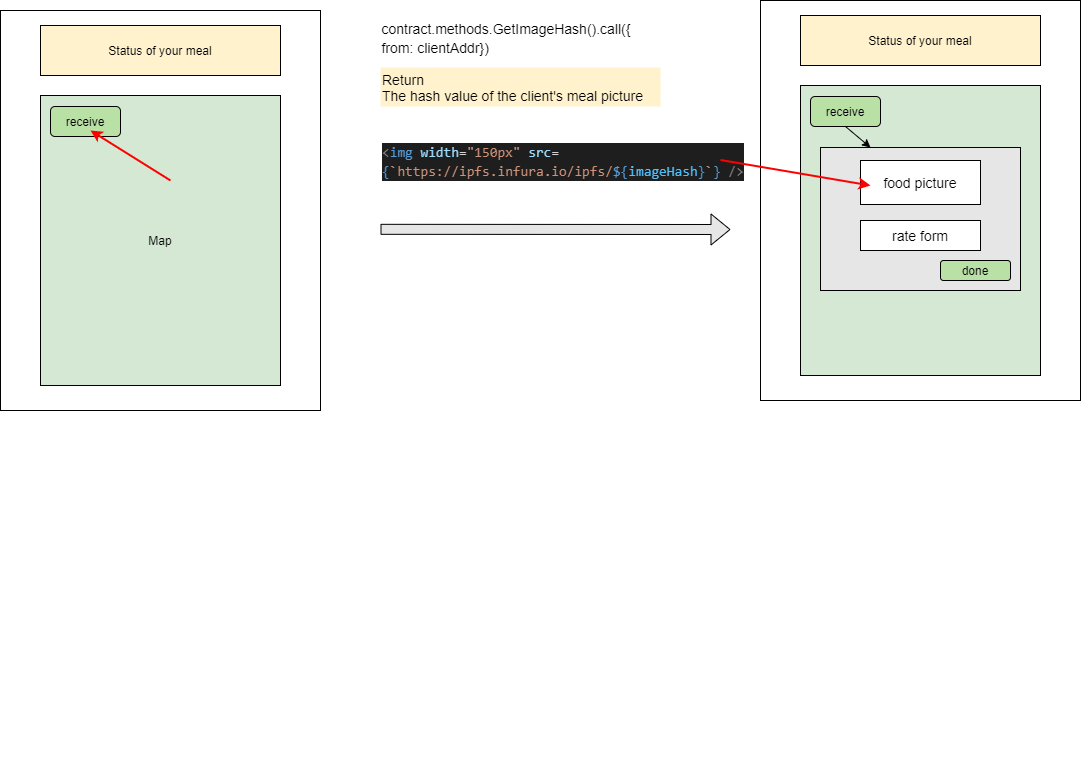
tin0819tin/No-Covid keeps this draw.io diagram as ppt_picture/NML-ClientAction_ipfs.png. Above is the earlier version. Source tidied: cells renumbered, new cells last; positions are measured from the earlier drawing's top-left corner, leaving out a move shared by most shapes. The source it was exported from:
```xml
<mxGraphModel>
  <root>
    <mxCell id="0" />
    <mxCell id="1" parent="0" />
    <mxCell id="2" style="shape=flexArrow;endArrow=classic;html=1;fillColor=#E6E6E6;" parent="1" edge="1">
      <mxGeometry relative="1" as="geometry">
        <mxPoint x="380" y="228.8" as="sourcePoint" />
        <mxPoint x="730" y="229" as="targetPoint" />
      </mxGeometry>
    </mxCell>
    <mxCell id="3" style="rounded=0;whiteSpace=wrap;html=1;" parent="1" vertex="1">
      <mxGeometry y="10" width="320" height="400" as="geometry" />
    </mxCell>
    <mxCell id="4" value="&lt;div&gt;&lt;span&gt;Map&lt;/span&gt;&lt;/div&gt;" style="rounded=0;whiteSpace=wrap;html=1;fillColor=#D5E8D4;align=center;" parent="1" vertex="1">
      <mxGeometry x="40" y="95" width="240" height="290" as="geometry" />
    </mxCell>
    <mxCell id="5" value="receive" style="rounded=1;whiteSpace=wrap;html=1;fillColor=#B9E0A5;" parent="1" vertex="1">
      <mxGeometry x="50" y="106" width="70" height="30" as="geometry" />
    </mxCell>
    <mxCell id="6" style="group;align=center;" parent="1" vertex="1">
      <mxGeometry x="140" y="645" width="441.8" height="120" as="geometry" />
    </mxCell>
    <mxCell id="7" value="Status of your meal" style="rounded=0;whiteSpace=wrap;html=1;fillColor=#FFF2CC;align=center;" parent="6" vertex="1">
      <mxGeometry x="-100" y="-620" width="240" height="50" as="geometry" />
    </mxCell>
    <mxCell id="8" style="endArrow=classic;html=1;fontFamily=Helvetica;fontSize=20;fillColor=#E6E6E6;strokeColor=#FF0000;spacing=2;strokeWidth=2;" parent="1" edge="1">
      <mxGeometry relative="1" as="geometry">
        <mxPoint x="170" y="180" as="sourcePoint" />
        <mxPoint x="90" y="130" as="targetPoint" />
      </mxGeometry>
    </mxCell>
    <mxCell id="9" style="rounded=0;whiteSpace=wrap;html=1;" parent="1" vertex="1">
      <mxGeometry x="760" width="320" height="400" as="geometry" />
    </mxCell>
    <mxCell id="10" value="&lt;div&gt;&lt;span&gt;Map&lt;/span&gt;&lt;/div&gt;" style="rounded=0;whiteSpace=wrap;html=1;fillColor=#D5E8D4;align=center;" parent="1" vertex="1">
      <mxGeometry x="800" y="85" width="240" height="290" as="geometry" />
    </mxCell>
    <mxCell id="11" value="receive" style="rounded=1;whiteSpace=wrap;html=1;fillColor=#B9E0A5;" parent="1" vertex="1">
      <mxGeometry x="810" y="96" width="70" height="30" as="geometry" />
    </mxCell>
    <mxCell id="12" value="Status of your meal" style="rounded=0;whiteSpace=wrap;html=1;fillColor=#FFF2CC;align=center;" parent="1" vertex="1">
      <mxGeometry x="800" y="15" width="240" height="50" as="geometry" />
    </mxCell>
    <mxCell id="13" style="rounded=0;whiteSpace=wrap;html=1;fillColor=#E6E6E6;align=center;" parent="1" vertex="1">
      <mxGeometry x="820" y="147" width="200" height="143" as="geometry" />
    </mxCell>
    <mxCell id="14" value="food picture" style="rounded=0;whiteSpace=wrap;html=1;fontFamily=Helvetica;fontSize=14;fillColor=#FFFFFF;align=center;" parent="1" vertex="1">
      <mxGeometry x="860" y="160" width="120" height="44" as="geometry" />
    </mxCell>
    <mxCell id="15" style="endArrow=classic;html=1;fontFamily=Helvetica;fontSize=14;exitX=0.5;exitY=1;exitDx=0;exitDy=0;entryX=0.25;entryY=0;entryDx=0;entryDy=0;" parent="1" edge="1" source="11" target="13">
      <mxGeometry relative="1" as="geometry" />
    </mxCell>
    <mxCell id="16" value="rate form" style="rounded=0;whiteSpace=wrap;html=1;fontFamily=Helvetica;fontSize=14;fillColor=#FFFFFF;align=center;" parent="1" vertex="1">
      <mxGeometry x="860" y="220" width="120" height="30" as="geometry" />
    </mxCell>
    <mxCell id="17" value="done" style="rounded=1;whiteSpace=wrap;html=1;fillColor=#B9E0A5;" parent="1" vertex="1">
      <mxGeometry x="940" y="260" width="70" height="20" as="geometry" />
    </mxCell>
    <mxCell id="18" value="&lt;div style=&quot;color: rgb(212 , 212 , 212) ; background-color: rgb(30 , 30 , 30) ; font-family: &amp;#34;consolas&amp;#34; , &amp;#34;courier new&amp;#34; , monospace ; font-weight: normal ; font-size: 14px ; line-height: 19px&quot;&gt;&lt;div&gt;&lt;span style=&quot;color: #808080&quot;&gt;&amp;lt;&lt;/span&gt;&lt;span style=&quot;color: #569cd6&quot;&gt;img&lt;/span&gt;&lt;span style=&quot;color: #d4d4d4&quot;&gt;&amp;nbsp;&lt;/span&gt;&lt;span style=&quot;color: #9cdcfe&quot;&gt;width&lt;/span&gt;&lt;span style=&quot;color: #d4d4d4&quot;&gt;=&lt;/span&gt;&lt;span style=&quot;color: #ce9178&quot;&gt;&quot;150px&quot;&lt;/span&gt;&lt;span style=&quot;color: #d4d4d4&quot;&gt;&amp;nbsp;&lt;/span&gt;&lt;span style=&quot;color: #9cdcfe&quot;&gt;src&lt;/span&gt;&lt;span style=&quot;color: #d4d4d4&quot;&gt;=&lt;/span&gt;&lt;/div&gt;&lt;div&gt;&lt;span style=&quot;color: #569cd6&quot;&gt;{&lt;/span&gt;&lt;span style=&quot;color: #ce9178&quot;&gt;`https://ipfs.infura.io/ipfs/&lt;/span&gt;&lt;span style=&quot;color: #569cd6&quot;&gt;${&lt;/span&gt;&lt;span style=&quot;color: #4fc1ff&quot;&gt;imageHash&lt;/span&gt;&lt;span style=&quot;color: #569cd6&quot;&gt;}&lt;/span&gt;&lt;span style=&quot;color: #ce9178&quot;&gt;`&lt;/span&gt;&lt;span style=&quot;color: #569cd6&quot;&gt;}&lt;/span&gt;&lt;span style=&quot;color: #d4d4d4&quot;&gt;&amp;nbsp;&lt;/span&gt;&lt;span style=&quot;color: #808080&quot;&gt;/&amp;gt;&lt;/span&gt;&lt;/div&gt;&lt;/div&gt;" style="text;whiteSpace=wrap;html=1;fontSize=20;fontFamily=Helvetica;" parent="1" vertex="1">
      <mxGeometry x="380" y="136" width="340" height="94" as="geometry" />
    </mxCell>
    <mxCell id="19" value="&lt;div style=&quot;text-align: left&quot;&gt;&lt;span style=&quot;background-color: rgb(255 , 255 , 255)&quot;&gt;&lt;span style=&quot;font-size: 14px ; text-align: center&quot;&gt;contract&lt;/span&gt;&lt;span style=&quot;font-size: 14px ; text-align: center&quot;&gt;.&lt;/span&gt;&lt;span style=&quot;font-size: 14px ; text-align: center&quot;&gt;methods&lt;/span&gt;&lt;span style=&quot;font-size: 14px ; text-align: center&quot;&gt;.GetImageHash&lt;/span&gt;&lt;span style=&quot;font-size: 14px ; text-align: center&quot;&gt;()&lt;/span&gt;&lt;span style=&quot;font-size: 14px ; text-align: center&quot;&gt;.&lt;/span&gt;&lt;span style=&quot;font-size: 14px ; text-align: center&quot;&gt;call&lt;/span&gt;&lt;span style=&quot;font-size: 14px ; text-align: center&quot;&gt;({&lt;/span&gt;&lt;/span&gt;&lt;/div&gt;&lt;div style=&quot;text-align: left&quot;&gt;&lt;span style=&quot;background-color: rgb(255 , 255 , 255)&quot;&gt;&lt;span style=&quot;font-size: 14px ; text-align: center&quot;&gt;from&lt;/span&gt;&lt;span style=&quot;font-size: 14px ; text-align: center&quot;&gt;:&lt;/span&gt;&lt;span style=&quot;font-size: 14px ; text-align: center&quot;&gt;&amp;nbsp;&lt;/span&gt;&lt;span style=&quot;font-size: 14px ; text-align: center&quot;&gt;clientAddr&lt;/span&gt;&lt;span style=&quot;font-size: 14px ; text-align: center&quot;&gt;})&lt;/span&gt;&lt;/span&gt;&lt;/div&gt;" style="text;html=1;strokeColor=none;fillColor=none;align=center;verticalAlign=middle;whiteSpace=wrap;rounded=0;fontSize=16;fontFamily=Helvetica;" parent="1" vertex="1">
      <mxGeometry x="386" y="27" width="240" height="20" as="geometry" />
    </mxCell>
    <mxCell id="20" value="&lt;div&gt;&lt;span&gt;Return&amp;nbsp;&lt;/span&gt;&lt;/div&gt;The hash value of the client's meal picture" style="text;html=1;strokeColor=none;fillColor=#FFF2CC;align=left;verticalAlign=middle;whiteSpace=wrap;rounded=0;fontFamily=Helvetica;fontSize=14;" parent="1" vertex="1">
      <mxGeometry x="380" y="67" width="280" height="39" as="geometry" />
    </mxCell>
    <mxCell id="21" style="endArrow=classic;html=1;fontFamily=Helvetica;fontSize=20;fillColor=#E6E6E6;strokeColor=#FF0000;spacing=2;strokeWidth=2;exitX=1;exitY=0.25;exitDx=0;exitDy=0;" parent="1" edge="1" source="18">
      <mxGeometry relative="1" as="geometry">
        <mxPoint x="870" y="185" as="targetPoint" />
      </mxGeometry>
    </mxCell>
  </root>
</mxGraphModel>
```
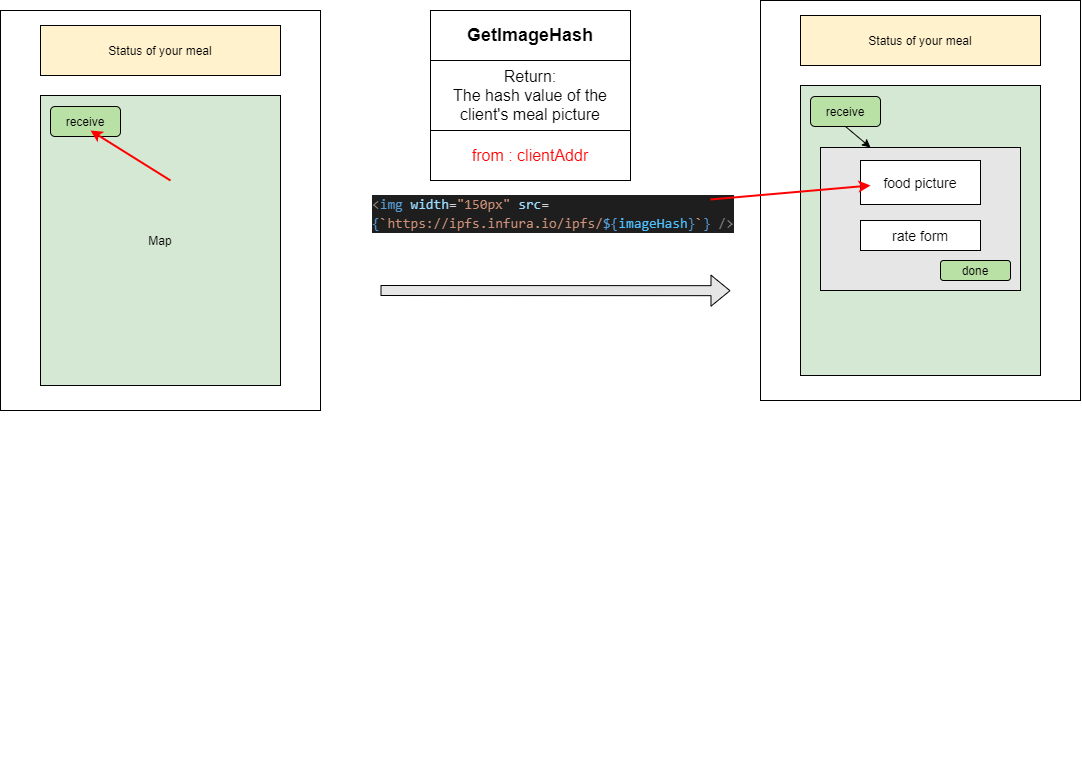
After the commit.

The edit, as a diff of the source:
```diff
@@ -4,8 +4,8 @@
     <mxCell id="1" parent="0" />
     <mxCell id="2" style="shape=flexArrow;endArrow=classic;html=1;fillColor=#E6E6E6;" parent="1" edge="1">
       <mxGeometry relative="1" as="geometry">
-        <mxPoint x="380" y="228.8" as="sourcePoint" />
-        <mxPoint x="730" y="229" as="targetPoint" />
+        <mxPoint x="380" y="290" as="sourcePoint" />
+        <mxPoint x="730" y="290.2" as="targetPoint" />
       </mxGeometry>
     </mxCell>
     <mxCell id="3" style="rounded=0;whiteSpace=wrap;html=1;" parent="1" vertex="1">
@@ -57,18 +57,21 @@
       <mxGeometry x="940" y="260" width="70" height="20" as="geometry" />
     </mxCell>
     <mxCell id="18" value="&lt;div style=&quot;color: rgb(212 , 212 , 212) ; background-color: rgb(30 , 30 , 30) ; font-family: &amp;#34;consolas&amp;#34; , &amp;#34;courier new&amp;#34; , monospace ; font-weight: normal ; font-size: 14px ; line-height: 19px&quot;&gt;&lt;div&gt;&lt;span style=&quot;color: #808080&quot;&gt;&amp;lt;&lt;/span&gt;&lt;span style=&quot;color: #569cd6&quot;&gt;img&lt;/span&gt;&lt;span style=&quot;color: #d4d4d4&quot;&gt;&amp;nbsp;&lt;/span&gt;&lt;span style=&quot;color: #9cdcfe&quot;&gt;width&lt;/span&gt;&lt;span style=&quot;color: #d4d4d4&quot;&gt;=&lt;/span&gt;&lt;span style=&quot;color: #ce9178&quot;&gt;&quot;150px&quot;&lt;/span&gt;&lt;span style=&quot;color: #d4d4d4&quot;&gt;&amp;nbsp;&lt;/span&gt;&lt;span style=&quot;color: #9cdcfe&quot;&gt;src&lt;/span&gt;&lt;span style=&quot;color: #d4d4d4&quot;&gt;=&lt;/span&gt;&lt;/div&gt;&lt;div&gt;&lt;span style=&quot;color: #569cd6&quot;&gt;{&lt;/span&gt;&lt;span style=&quot;color: #ce9178&quot;&gt;`https://ipfs.infura.io/ipfs/&lt;/span&gt;&lt;span style=&quot;color: #569cd6&quot;&gt;${&lt;/span&gt;&lt;span style=&quot;color: #4fc1ff&quot;&gt;imageHash&lt;/span&gt;&lt;span style=&quot;color: #569cd6&quot;&gt;}&lt;/span&gt;&lt;span style=&quot;color: #ce9178&quot;&gt;`&lt;/span&gt;&lt;span style=&quot;color: #569cd6&quot;&gt;}&lt;/span&gt;&lt;span style=&quot;color: #d4d4d4&quot;&gt;&amp;nbsp;&lt;/span&gt;&lt;span style=&quot;color: #808080&quot;&gt;/&amp;gt;&lt;/span&gt;&lt;/div&gt;&lt;/div&gt;" style="text;whiteSpace=wrap;html=1;fontSize=20;fontFamily=Helvetica;" parent="1" vertex="1">
-      <mxGeometry x="380" y="136" width="340" height="94" as="geometry" />
+      <mxGeometry x="370" y="188" width="340" height="44" as="geometry" />
     </mxCell>
-    <mxCell id="19" value="&lt;div style=&quot;text-align: left&quot;&gt;&lt;span style=&quot;background-color: rgb(255 , 255 , 255)&quot;&gt;&lt;span style=&quot;font-size: 14px ; text-align: center&quot;&gt;contract&lt;/span&gt;&lt;span style=&quot;font-size: 14px ; text-align: center&quot;&gt;.&lt;/span&gt;&lt;span style=&quot;font-size: 14px ; text-align: center&quot;&gt;methods&lt;/span&gt;&lt;span style=&quot;font-size: 14px ; text-align: center&quot;&gt;.GetImageHash&lt;/span&gt;&lt;span style=&quot;font-size: 14px ; text-align: center&quot;&gt;()&lt;/span&gt;&lt;span style=&quot;font-size: 14px ; text-align: center&quot;&gt;.&lt;/span&gt;&lt;span style=&quot;font-size: 14px ; text-align: center&quot;&gt;call&lt;/span&gt;&lt;span style=&quot;font-size: 14px ; text-align: center&quot;&gt;({&lt;/span&gt;&lt;/span&gt;&lt;/div&gt;&lt;div style=&quot;text-align: left&quot;&gt;&lt;span style=&quot;background-color: rgb(255 , 255 , 255)&quot;&gt;&lt;span style=&quot;font-size: 14px ; text-align: center&quot;&gt;from&lt;/span&gt;&lt;span style=&quot;font-size: 14px ; text-align: center&quot;&gt;:&lt;/span&gt;&lt;span style=&quot;font-size: 14px ; text-align: center&quot;&gt;&amp;nbsp;&lt;/span&gt;&lt;span style=&quot;font-size: 14px ; text-align: center&quot;&gt;clientAddr&lt;/span&gt;&lt;span style=&quot;font-size: 14px ; text-align: center&quot;&gt;})&lt;/span&gt;&lt;/span&gt;&lt;/div&gt;" style="text;html=1;strokeColor=none;fillColor=none;align=center;verticalAlign=middle;whiteSpace=wrap;rounded=0;fontSize=16;fontFamily=Helvetica;" parent="1" vertex="1">
-      <mxGeometry x="386" y="27" width="240" height="20" as="geometry" />
-    </mxCell>
-    <mxCell id="20" value="&lt;div&gt;&lt;span&gt;Return&amp;nbsp;&lt;/span&gt;&lt;/div&gt;The hash value of the client's meal picture" style="text;html=1;strokeColor=none;fillColor=#FFF2CC;align=left;verticalAlign=middle;whiteSpace=wrap;rounded=0;fontFamily=Helvetica;fontSize=14;" parent="1" vertex="1">
-      <mxGeometry x="380" y="67" width="280" height="39" as="geometry" />
-    </mxCell>
     <mxCell id="21" style="endArrow=classic;html=1;fontFamily=Helvetica;fontSize=20;fillColor=#E6E6E6;strokeColor=#FF0000;spacing=2;strokeWidth=2;exitX=1;exitY=0.25;exitDx=0;exitDy=0;" parent="1" edge="1" source="18">
       <mxGeometry relative="1" as="geometry">
         <mxPoint x="870" y="185" as="targetPoint" />
       </mxGeometry>
     </mxCell>
+    <mxCell id="22" value="&lt;div style=&quot;text-align: left&quot;&gt;&lt;span style=&quot;background-color: rgb(255 , 255 , 255)&quot;&gt;GetImageHash&lt;/span&gt;&lt;/div&gt;" style="rounded=0;whiteSpace=wrap;html=1;fillColor=#FFFFFF;fontSize=18;fontStyle=1;" parent="1" vertex="1">
+      <mxGeometry x="430" y="10" width="200" height="50" as="geometry" />
+    </mxCell>
+    <mxCell id="23" value="&lt;div style=&quot;font-size: 16px;&quot;&gt;&lt;div style=&quot;font-size: 16px;&quot;&gt;Return:&lt;/div&gt;&lt;span style=&quot;font-size: 16px;&quot;&gt;The hash value of the client's meal picture&lt;/span&gt;&lt;br style=&quot;font-size: 16px;&quot;&gt;&lt;/div&gt;" style="rounded=0;whiteSpace=wrap;html=1;fillColor=#FFFFFF;fontSize=16;align=center;" parent="1" vertex="1">
+      <mxGeometry x="430" y="60" width="200" height="70" as="geometry" />
+    </mxCell>
+    <mxCell id="24" value="from : client&lt;span style=&quot;font-size: 16px ; background-color: rgb(255 , 255 , 255)&quot;&gt;Addr&lt;/span&gt;" style="rounded=0;whiteSpace=wrap;html=1;fillColor=#FFFFFF;fontSize=16;fontColor=#FF0000;" parent="1" vertex="1">
+      <mxGeometry x="430" y="130" width="200" height="50" as="geometry" />
+    </mxCell>
   </root>
 </mxGraphModel>
```
